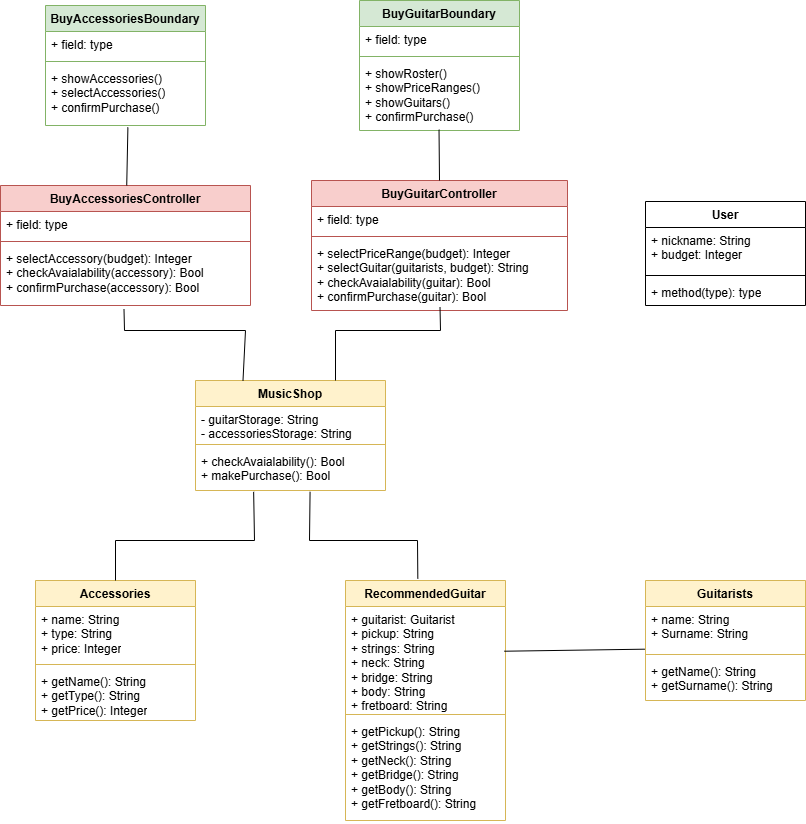
This is diagrams/BCEM.drawio.png from TizianoLilli/ISPW-Project, a draw.io export, as it was before one commit. Source tidied: cells renumbered, new cells last; positions are measured from the earlier drawing's top-left corner, leaving out a move shared by most shapes.
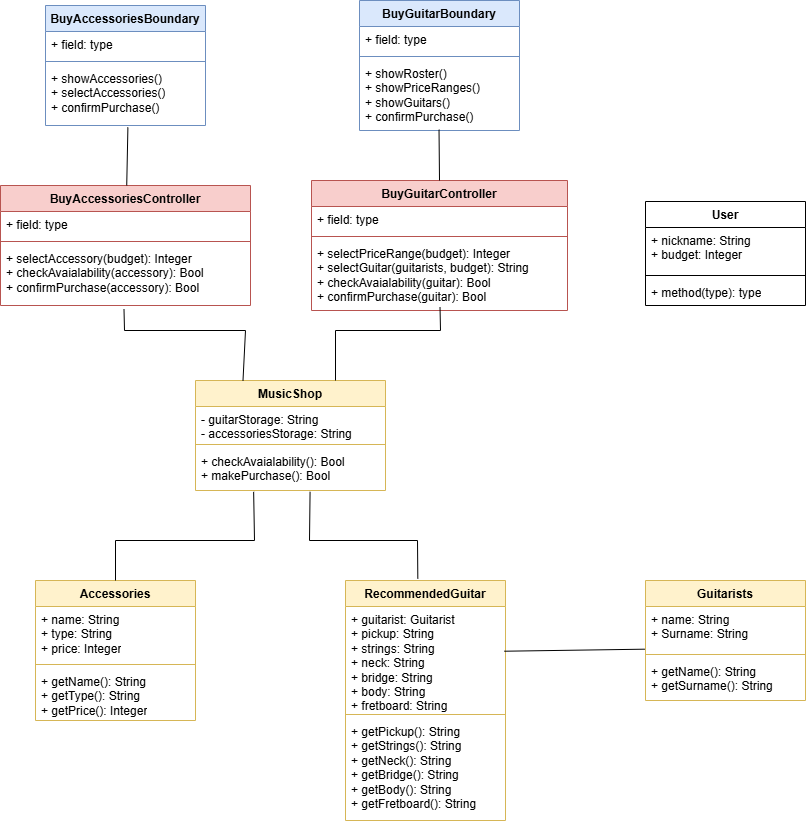
Later version of the same file.

Diff of the diagram source:
```diff
@@ -50,7 +50,7 @@
     <mxCell id="17" value="+ selectPriceRange(budget): Integer&lt;div&gt;+ selectGuitar(guitarists, budget): String&lt;/div&gt;&lt;div&gt;+ checkAvaialability(guitar): Bool&lt;/div&gt;&lt;div&gt;+ confirmPurchase(guitar): Bool&lt;/div&gt;" style="text;strokeColor=none;fillColor=none;align=left;verticalAlign=top;spacingLeft=4;spacingRight=4;overflow=hidden;points=[[0,0.5],[1,0.5]];portConstraint=eastwest;whiteSpace=wrap;html=1;" parent="14" vertex="1">
       <mxGeometry y="60" width="256" height="70" as="geometry" />
     </mxCell>
-    <mxCell id="18" value="BuyGuitarBoundary" style="swimlane;fontStyle=1;align=center;verticalAlign=top;horizontal=1;startSize=26;whiteSpace=wrap;html=1;fillColor=#d5e8d4;strokeColor=#82b366;" parent="1" vertex="1">
+    <mxCell id="18" value="BuyGuitarBoundary" style="swimlane;fontStyle=1;align=center;verticalAlign=top;horizontal=1;startSize=26;whiteSpace=wrap;html=1;fillColor=#dae8fc;strokeColor=#6c8ebf;" parent="1" vertex="1">
       <mxGeometry x="359" width="160" height="130" as="geometry" />
     </mxCell>
     <mxCell id="19" value="+ field: type" style="text;strokeColor=none;fillColor=none;align=left;verticalAlign=top;spacingLeft=4;spacingRight=4;overflow=hidden;whiteSpace=wrap;html=1;" parent="18" vertex="1">
@@ -104,7 +104,7 @@
     <mxCell id="35" value="+ selectAccessory(budget): Integer&lt;div&gt;+ checkAvaialability(accessory): Bool&lt;/div&gt;&lt;div&gt;+ confirmPurchase(accessory): Bool&lt;/div&gt;" style="text;strokeColor=none;fillColor=none;align=left;verticalAlign=top;spacingLeft=4;spacingRight=4;overflow=hidden;points=[[0,0.5],[1,0.5]];portConstraint=eastwest;whiteSpace=wrap;html=1;" parent="32" vertex="1">
       <mxGeometry y="60" width="250" height="60" as="geometry" />
     </mxCell>
-    <mxCell id="36" value="BuyAccessoriesBoundary" style="swimlane;fontStyle=1;align=center;verticalAlign=top;horizontal=1;startSize=26;whiteSpace=wrap;html=1;fillColor=#d5e8d4;strokeColor=#82b366;" parent="1" vertex="1">
+    <mxCell id="36" value="BuyAccessoriesBoundary" style="swimlane;fontStyle=1;align=center;verticalAlign=top;horizontal=1;startSize=26;whiteSpace=wrap;html=1;fillColor=#dae8fc;strokeColor=#6c8ebf;" parent="1" vertex="1">
       <mxGeometry x="45" y="5" width="160" height="120" as="geometry" />
     </mxCell>
     <mxCell id="37" value="+ field: type" style="text;strokeColor=none;fillColor=none;align=left;verticalAlign=top;spacingLeft=4;spacingRight=4;overflow=hidden;whiteSpace=wrap;html=1;" parent="36" vertex="1">
```
